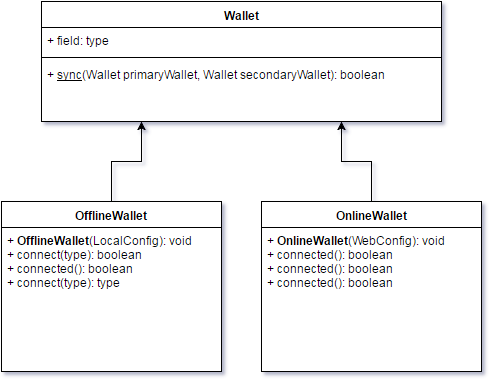
Earlier version of the draw.io export vabudget-uml-scheme.png (adrypunctro/vabudget). Source tidied: cells renumbered, new cells last; positions are measured from the earlier drawing's top-left corner, leaving out a move shared by most shapes.
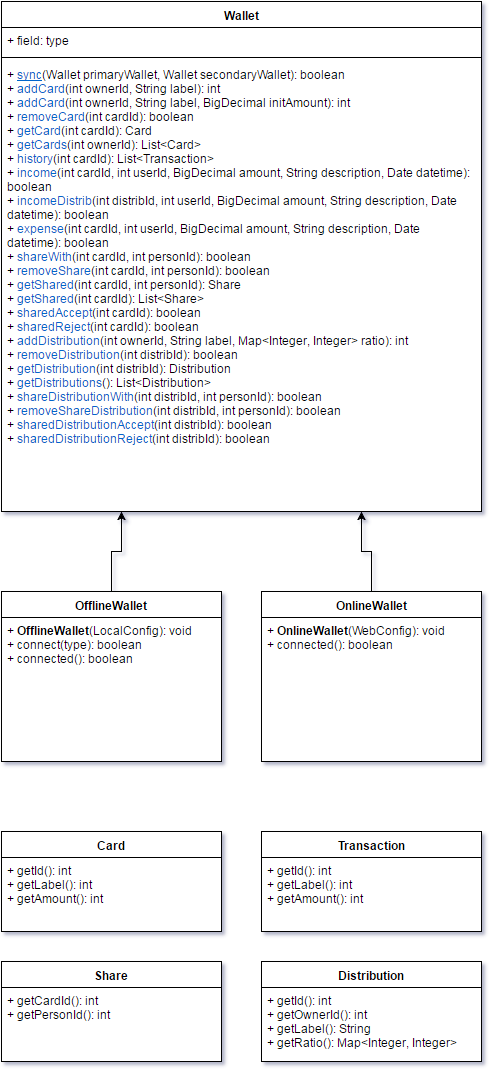
The same diagram one commit later.

Commit message:
Update UML schema

Diff of the diagram source:
```diff
@@ -3,49 +3,85 @@
     <mxCell id="0" />
     <mxCell id="1" parent="0" />
     <mxCell id="2" value="Wallet" style="swimlane;html=1;fontStyle=1;align=center;verticalAlign=top;horizontal=1;startSize=26;swimlaneFillColor=#ffffff;" parent="1" vertex="1">
-      <mxGeometry x="40" width="400" height="120" as="geometry" />
+      <mxGeometry width="480" height="510" as="geometry" />
     </mxCell>
     <mxCell id="3" value="+ field: type" style="text;html=1;strokeColor=none;fillColor=none;align=left;verticalAlign=top;spacingLeft=4;spacingRight=4;whiteSpace=wrap;overflow=hidden;" parent="2" vertex="1">
-      <mxGeometry y="26" width="400" height="26" as="geometry" />
+      <mxGeometry y="26" width="480" height="26" as="geometry" />
     </mxCell>
     <mxCell id="4" style="line;html=1;strokeWidth=1;fillColor=none;align=left;verticalAlign=middle;spacingTop=-1;spacingLeft=3;spacingRight=3;labelPosition=right;" parent="2" vertex="1">
-      <mxGeometry y="52" width="400" height="8" as="geometry" />
+      <mxGeometry y="52" width="480" height="8" as="geometry" />
     </mxCell>
-    <mxCell id="5" value="+ &lt;u&gt;sync&lt;/u&gt;(Wallet primaryWallet, Wallet secondaryWallet): boolean" style="text;html=1;strokeColor=none;fillColor=none;align=left;verticalAlign=top;spacingLeft=4;spacingRight=4;whiteSpace=wrap;overflow=hidden;" parent="2" vertex="1">
-      <mxGeometry y="60" width="400" height="60" as="geometry" />
+    <mxCell id="5" value="+ &lt;u&gt;&lt;font color=&quot;#0066cc&quot;&gt;sync&lt;/font&gt;&lt;/u&gt;(Wallet primaryWallet, Wallet secondaryWallet): boolean&lt;div&gt;+ &lt;font color=&quot;#0066cc&quot;&gt;addCard&lt;/font&gt;(&lt;span&gt;int&lt;/span&gt;&lt;span&gt; ownerId, &lt;/span&gt;&lt;span&gt;String&lt;/span&gt;&lt;span&gt; label&lt;/span&gt;&lt;span&gt;): int&lt;/span&gt;&lt;/div&gt;&lt;div&gt;+ &lt;font color=&quot;#0066cc&quot;&gt;addCard&lt;/font&gt;(int ownerId, String label, BigDecimal initAmount): int&lt;/div&gt;&lt;div&gt;+&amp;nbsp;&lt;font color=&quot;#0066cc&quot;&gt;removeCard&lt;/font&gt;(int cardId): boolean&lt;/div&gt;&lt;div&gt;+&amp;nbsp;&lt;font color=&quot;#0066cc&quot;&gt;getCard&lt;/font&gt;(int cardId): Card&lt;/div&gt;&lt;div&gt;+&amp;nbsp;&lt;font color=&quot;#0066cc&quot;&gt;getCards&lt;/font&gt;(int ownerId): List&amp;lt;Card&amp;gt;&lt;/div&gt;&lt;div&gt;+&amp;nbsp;&lt;font color=&quot;#0066cc&quot;&gt;history&lt;/font&gt;(int cardId): List&amp;lt;Transaction&amp;gt;&lt;/div&gt;&lt;div&gt;+&amp;nbsp;&lt;font color=&quot;#0066cc&quot;&gt;income&lt;/font&gt;(int cardId, int userId, BigDecimal amount, String description, Date datetime): boolean&lt;/div&gt;&lt;div&gt;+&amp;nbsp;&lt;font color=&quot;#0066cc&quot;&gt;incomeDistrib&lt;/font&gt;(int distribId, int userId, BigDecimal amount, String description, Date datetime): boolean&lt;/div&gt;&lt;div&gt;+&amp;nbsp;&lt;font color=&quot;#0066cc&quot;&gt;expense&lt;/font&gt;(int cardId, int userId, BigDecimal amount, String description, Date datetime): boolean&lt;/div&gt;&lt;div&gt;+&amp;nbsp;&lt;font color=&quot;#0066cc&quot;&gt;shareWith&lt;/font&gt;(int cardId, int personId): boolean&lt;/div&gt;&lt;div&gt;+&amp;nbsp;&lt;font color=&quot;#0066cc&quot;&gt;removeShare&lt;/font&gt;(int cardId, int personId): boolean&lt;/div&gt;&lt;div&gt;+&amp;nbsp;&lt;font color=&quot;#0066cc&quot;&gt;getShared&lt;/font&gt;(int cardId, int personId): Share&lt;/div&gt;&lt;div&gt;+&amp;nbsp;&lt;font color=&quot;#0066cc&quot;&gt;getShared&lt;/font&gt;(int cardId): List&amp;lt;Share&amp;gt;&lt;/div&gt;&lt;div&gt;+&amp;nbsp;&lt;font color=&quot;#0066cc&quot;&gt;sharedAccept&lt;/font&gt;(int cardId): boolean&lt;/div&gt;&lt;div&gt;+&amp;nbsp;&lt;font color=&quot;#0066cc&quot;&gt;sharedReject&lt;/font&gt;(int cardId): boolean&lt;/div&gt;&lt;div&gt;+&amp;nbsp;&lt;font color=&quot;#0066cc&quot;&gt;addDistribution&lt;/font&gt;(int ownerId, String label, Map&amp;lt;&lt;span&gt;Integer&lt;/span&gt;, &lt;span&gt;Integer&lt;/span&gt;&amp;gt; ratio): int&lt;/div&gt;&lt;div&gt;+&amp;nbsp;&lt;font color=&quot;#0066cc&quot;&gt;removeDistribution&lt;/font&gt;(int distribId): boolean&lt;/div&gt;&lt;div&gt;+&amp;nbsp;&lt;font color=&quot;#0066cc&quot;&gt;getDistribution&lt;/font&gt;(int distribId): Distribution&lt;/div&gt;&lt;div&gt;+&amp;nbsp;&lt;font color=&quot;#0066cc&quot;&gt;getDistributions&lt;/font&gt;(): List&amp;lt;Distribution&amp;gt;&lt;/div&gt;&lt;div&gt;+&amp;nbsp;&lt;font color=&quot;#0066cc&quot;&gt;shareDistributionWith&lt;/font&gt;(int distribId, int personId): boolean&lt;/div&gt;&lt;div&gt;+&amp;nbsp;&lt;font color=&quot;#0066cc&quot;&gt;removeShareDistribution&lt;/font&gt;(int distribId, int personId): boolean&lt;/div&gt;&lt;div&gt;+&amp;nbsp;&lt;font color=&quot;#0066cc&quot;&gt;sharedDistributionAccept&lt;/font&gt;(int distribId): boolean&lt;/div&gt;&lt;div&gt;+&amp;nbsp;&lt;font color=&quot;#0066cc&quot;&gt;sharedDistributionReject&lt;/font&gt;(int distribId): boolean&lt;/div&gt;" style="text;html=1;strokeColor=none;fillColor=none;align=left;verticalAlign=top;spacingLeft=4;spacingRight=4;whiteSpace=wrap;overflow=hidden;" parent="2" vertex="1">
+      <mxGeometry y="60" width="480" height="450" as="geometry" />
     </mxCell>
     <mxCell id="6" value="+ field: type" style="text;html=1;strokeColor=none;fillColor=none;align=left;verticalAlign=top;spacingLeft=4;spacingRight=4;whiteSpace=wrap;overflow=hidden;" parent="1" vertex="1">
-      <mxGeometry x="40" y="26" width="400" height="26" as="geometry" />
+      <mxGeometry y="26" width="480" height="26" as="geometry" />
     </mxCell>
     <mxCell id="7" style="line;html=1;strokeWidth=1;fillColor=none;align=left;verticalAlign=middle;spacingTop=-1;spacingLeft=3;spacingRight=3;labelPosition=right;" parent="1" vertex="1">
-      <mxGeometry x="40" y="52" width="400" height="8" as="geometry" />
+      <mxGeometry y="52" width="480" height="8" as="geometry" />
     </mxCell>
-    <mxCell id="8" value="+ &lt;u&gt;sync&lt;/u&gt;(Wallet primaryWallet, Wallet secondaryWallet): boolean" style="text;html=1;strokeColor=none;fillColor=none;align=left;verticalAlign=top;spacingLeft=4;spacingRight=4;whiteSpace=wrap;overflow=hidden;" parent="1" vertex="1">
-      <mxGeometry x="40" y="60" width="400" height="60" as="geometry" />
+    <mxCell id="8" value="+ &lt;u&gt;&lt;font color=&quot;#0066cc&quot;&gt;sync&lt;/font&gt;&lt;/u&gt;(Wallet primaryWallet, Wallet secondaryWallet): boolean&lt;div&gt;+ &lt;font color=&quot;#0066cc&quot;&gt;addCard&lt;/font&gt;(&lt;span&gt;int&lt;/span&gt;&lt;span&gt; ownerId, &lt;/span&gt;&lt;span&gt;String&lt;/span&gt;&lt;span&gt; label&lt;/span&gt;&lt;span&gt;): int&lt;/span&gt;&lt;/div&gt;&lt;div&gt;+ &lt;font color=&quot;#0066cc&quot;&gt;addCard&lt;/font&gt;(int ownerId, String label, BigDecimal initAmount): int&lt;/div&gt;&lt;div&gt;+&amp;nbsp;&lt;font color=&quot;#0066cc&quot;&gt;removeCard&lt;/font&gt;(int cardId): boolean&lt;/div&gt;&lt;div&gt;+&amp;nbsp;&lt;font color=&quot;#0066cc&quot;&gt;getCard&lt;/font&gt;(int cardId): Card&lt;/div&gt;&lt;div&gt;+&amp;nbsp;&lt;font color=&quot;#0066cc&quot;&gt;getCards&lt;/font&gt;(int ownerId): List&amp;lt;Card&amp;gt;&lt;/div&gt;&lt;div&gt;+&amp;nbsp;&lt;font color=&quot;#0066cc&quot;&gt;history&lt;/font&gt;(int cardId): List&amp;lt;Transaction&amp;gt;&lt;/div&gt;&lt;div&gt;+&amp;nbsp;&lt;font color=&quot;#0066cc&quot;&gt;income&lt;/font&gt;(int cardId, int userId, BigDecimal amount, String description, Date datetime): boolean&lt;/div&gt;&lt;div&gt;+&amp;nbsp;&lt;font color=&quot;#0066cc&quot;&gt;incomeDistrib&lt;/font&gt;(int distribId, int userId, BigDecimal amount, String description, Date datetime): boolean&lt;/div&gt;&lt;div&gt;+&amp;nbsp;&lt;font color=&quot;#0066cc&quot;&gt;expense&lt;/font&gt;(int cardId, int userId, BigDecimal amount, String description, Date datetime): boolean&lt;/div&gt;&lt;div&gt;+&amp;nbsp;&lt;font color=&quot;#0066cc&quot;&gt;shareWith&lt;/font&gt;(int cardId, int personId): boolean&lt;/div&gt;&lt;div&gt;+&amp;nbsp;&lt;font color=&quot;#0066cc&quot;&gt;removeShare&lt;/font&gt;(int cardId, int personId): boolean&lt;/div&gt;&lt;div&gt;+&amp;nbsp;&lt;font color=&quot;#0066cc&quot;&gt;getShared&lt;/font&gt;(int cardId, int personId): Share&lt;/div&gt;&lt;div&gt;+&amp;nbsp;&lt;font color=&quot;#0066cc&quot;&gt;getShared&lt;/font&gt;(int cardId): List&amp;lt;Share&amp;gt;&lt;/div&gt;&lt;div&gt;+&amp;nbsp;&lt;font color=&quot;#0066cc&quot;&gt;sharedAccept&lt;/font&gt;(int cardId): boolean&lt;/div&gt;&lt;div&gt;+&amp;nbsp;&lt;font color=&quot;#0066cc&quot;&gt;sharedReject&lt;/font&gt;(int cardId): boolean&lt;/div&gt;&lt;div&gt;+&amp;nbsp;&lt;font color=&quot;#0066cc&quot;&gt;addDistribution&lt;/font&gt;(int ownerId, String label, Map&amp;lt;&lt;span&gt;Integer&lt;/span&gt;, &lt;span&gt;Integer&lt;/span&gt;&amp;gt; ratio): int&lt;/div&gt;&lt;div&gt;+&amp;nbsp;&lt;font color=&quot;#0066cc&quot;&gt;removeDistribution&lt;/font&gt;(int distribId): boolean&lt;/div&gt;&lt;div&gt;+&amp;nbsp;&lt;font color=&quot;#0066cc&quot;&gt;getDistribution&lt;/font&gt;(int distribId): Distribution&lt;/div&gt;&lt;div&gt;+&amp;nbsp;&lt;font color=&quot;#0066cc&quot;&gt;getDistributions&lt;/font&gt;(): List&amp;lt;Distribution&amp;gt;&lt;/div&gt;&lt;div&gt;+&amp;nbsp;&lt;font color=&quot;#0066cc&quot;&gt;shareDistributionWith&lt;/font&gt;(int distribId, int personId): boolean&lt;/div&gt;&lt;div&gt;+&amp;nbsp;&lt;font color=&quot;#0066cc&quot;&gt;removeShareDistribution&lt;/font&gt;(int distribId, int personId): boolean&lt;/div&gt;&lt;div&gt;+&amp;nbsp;&lt;font color=&quot;#0066cc&quot;&gt;sharedDistributionAccept&lt;/font&gt;(int distribId): boolean&lt;/div&gt;&lt;div&gt;+&amp;nbsp;&lt;font color=&quot;#0066cc&quot;&gt;sharedDistributionReject&lt;/font&gt;(int distribId): boolean&lt;/div&gt;" style="text;html=1;strokeColor=none;fillColor=none;align=left;verticalAlign=top;spacingLeft=4;spacingRight=4;whiteSpace=wrap;overflow=hidden;" parent="1" vertex="1">
+      <mxGeometry y="60" width="480" height="450" as="geometry" />
     </mxCell>
     <mxCell id="9" value="OfflineWallet" style="swimlane;html=1;fontStyle=1;align=center;verticalAlign=top;horizontal=1;startSize=26;swimlaneFillColor=#ffffff;" parent="1" vertex="1">
-      <mxGeometry y="200" width="220" height="170" as="geometry" />
+      <mxGeometry y="590" width="220" height="170" as="geometry" />
     </mxCell>
-    <mxCell id="10" value="+ &lt;b&gt;OfflineWallet&lt;/b&gt;(LocalConfig): void&lt;div&gt;+ connect(type): boolean&lt;br&gt;&lt;/div&gt;&lt;div&gt;+ connected(): boolean&lt;br&gt;&lt;/div&gt;&lt;div&gt;+ connect(type): type&lt;br&gt;&lt;/div&gt;&lt;div&gt;&lt;br&gt;&lt;/div&gt;" style="text;html=1;strokeColor=none;fillColor=none;align=left;verticalAlign=top;spacingLeft=4;spacingRight=4;whiteSpace=wrap;overflow=hidden;" parent="9" vertex="1">
-      <mxGeometry y="26" width="220" height="110" as="geometry" />
+    <mxCell id="10" value="+ &lt;b&gt;OfflineWallet&lt;/b&gt;(LocalConfig): void&lt;div&gt;+ connect(type): boolean&lt;br&gt;&lt;/div&gt;&lt;div&gt;+ connected(): boolean&lt;br&gt;&lt;/div&gt;&lt;div&gt;&lt;br&gt;&lt;/div&gt;&lt;div&gt;&lt;br&gt;&lt;/div&gt;" style="text;html=1;strokeColor=none;fillColor=none;align=left;verticalAlign=top;spacingLeft=4;spacingRight=4;whiteSpace=wrap;overflow=hidden;" parent="9" vertex="1">
+      <mxGeometry y="26" width="220" height="144" as="geometry" />
     </mxCell>
-    <mxCell id="11" value="+ &lt;b&gt;OfflineWallet&lt;/b&gt;(LocalConfig): void&lt;div&gt;+ connect(type): boolean&lt;br&gt;&lt;/div&gt;&lt;div&gt;+ connected(): boolean&lt;br&gt;&lt;/div&gt;&lt;div&gt;+ connect(type): type&lt;br&gt;&lt;/div&gt;&lt;div&gt;&lt;br&gt;&lt;/div&gt;" style="text;html=1;strokeColor=none;fillColor=none;align=left;verticalAlign=top;spacingLeft=4;spacingRight=4;whiteSpace=wrap;overflow=hidden;" parent="1" vertex="1">
-      <mxGeometry y="226" width="220" height="110" as="geometry" />
+    <mxCell id="11" value="+ &lt;b&gt;OfflineWallet&lt;/b&gt;(LocalConfig): void&lt;div&gt;+ connect(type): boolean&lt;br&gt;&lt;/div&gt;&lt;div&gt;+ connected(): boolean&lt;br&gt;&lt;/div&gt;&lt;div&gt;&lt;br&gt;&lt;/div&gt;&lt;div&gt;&lt;br&gt;&lt;/div&gt;" style="text;html=1;strokeColor=none;fillColor=none;align=left;verticalAlign=top;spacingLeft=4;spacingRight=4;whiteSpace=wrap;overflow=hidden;" parent="1" vertex="1">
+      <mxGeometry y="616" width="220" height="144" as="geometry" />
     </mxCell>
     <mxCell id="12" value="OnlineWallet" style="swimlane;html=1;fontStyle=1;align=center;verticalAlign=top;horizontal=1;startSize=26;swimlaneFillColor=#ffffff;" parent="1" vertex="1">
-      <mxGeometry x="260" y="200" width="220" height="170" as="geometry" />
+      <mxGeometry x="260" y="590" width="220" height="170" as="geometry" />
     </mxCell>
-    <mxCell id="13" value="+ &lt;b&gt;OnlineWallet&lt;/b&gt;(WebConfig): void&lt;div&gt;+ connected(): boolean&lt;br&gt;&lt;/div&gt;&lt;div&gt;+ connected(): boolean&lt;br&gt;&lt;/div&gt;&lt;div&gt;+ connected(): boolean&lt;br&gt;&lt;/div&gt;" style="text;html=1;strokeColor=none;fillColor=none;align=left;verticalAlign=top;spacingLeft=4;spacingRight=4;whiteSpace=wrap;overflow=hidden;" parent="12" vertex="1">
-      <mxGeometry y="26" width="220" height="110" as="geometry" />
+    <mxCell id="13" value="+ &lt;b&gt;OnlineWallet&lt;/b&gt;(WebConfig): void&lt;div&gt;+ connected(): boolean&lt;br&gt;&lt;/div&gt;&lt;div&gt;&lt;br&gt;&lt;/div&gt;" style="text;html=1;strokeColor=none;fillColor=none;align=left;verticalAlign=top;spacingLeft=4;spacingRight=4;whiteSpace=wrap;overflow=hidden;" parent="12" vertex="1">
+      <mxGeometry y="26" width="220" height="144" as="geometry" />
     </mxCell>
-    <mxCell id="14" value="+ &lt;b&gt;OnlineWallet&lt;/b&gt;(WebConfig): void&lt;div&gt;+ connected(): boolean&lt;br&gt;&lt;/div&gt;&lt;div&gt;+ connected(): boolean&lt;br&gt;&lt;/div&gt;&lt;div&gt;+ connected(): boolean&lt;br&gt;&lt;/div&gt;" style="text;html=1;strokeColor=none;fillColor=none;align=left;verticalAlign=top;spacingLeft=4;spacingRight=4;whiteSpace=wrap;overflow=hidden;" parent="1" vertex="1">
-      <mxGeometry x="260" y="226" width="220" height="110" as="geometry" />
+    <mxCell id="14" value="+ &lt;b&gt;OnlineWallet&lt;/b&gt;(WebConfig): void&lt;div&gt;+ connected(): boolean&lt;br&gt;&lt;/div&gt;&lt;div&gt;&lt;br&gt;&lt;/div&gt;" style="text;html=1;strokeColor=none;fillColor=none;align=left;verticalAlign=top;spacingLeft=4;spacingRight=4;whiteSpace=wrap;overflow=hidden;" parent="1" vertex="1">
+      <mxGeometry x="260" y="616" width="220" height="144" as="geometry" />
     </mxCell>
     <mxCell id="15" style="edgeStyle=orthogonalEdgeStyle;rounded=0;html=1;exitX=0.5;exitY=0;entryX=0.25;entryY=1;jettySize=auto;" parent="1" edge="1" source="9" target="2">
-      <mxGeometry x="110" y="120" as="geometry" />
+      <mxGeometry x="110" y="510" as="geometry" />
     </mxCell>
     <mxCell id="16" style="edgeStyle=orthogonalEdgeStyle;rounded=0;html=1;exitX=0.5;exitY=0;entryX=0.75;entryY=1;jettySize=auto;" parent="1" edge="1" source="12" target="2">
-      <mxGeometry x="340" y="120" as="geometry" />
+      <mxGeometry x="360" y="510" as="geometry" />
     </mxCell>
+    <mxCell id="17" value="Card" style="swimlane;html=1;fontStyle=1;align=center;verticalAlign=top;horizontal=1;startSize=26;swimlaneFillColor=#ffffff;" parent="1" vertex="1">
+      <mxGeometry y="830" width="220" height="100" as="geometry" />
+    </mxCell>
+    <mxCell id="18" value="&lt;div&gt;+&amp;nbsp;&lt;span&gt;getId(): int&lt;/span&gt;&lt;/div&gt;&lt;div&gt;&lt;span&gt;+&amp;nbsp;&lt;/span&gt;&lt;span&gt;getLabel(): int&lt;/span&gt;&lt;/div&gt;&lt;div&gt;&lt;span&gt;+&amp;nbsp;&lt;/span&gt;&lt;span&gt;getAmount(): int&lt;/span&gt;&lt;/div&gt;" style="text;html=1;strokeColor=none;fillColor=none;align=left;verticalAlign=top;spacingLeft=4;spacingRight=4;whiteSpace=wrap;overflow=hidden;" parent="17" vertex="1">
+      <mxGeometry y="26" width="220" height="74" as="geometry" />
+    </mxCell>
+    <mxCell id="19" value="&lt;div&gt;+&amp;nbsp;&lt;span&gt;getId(): int&lt;/span&gt;&lt;/div&gt;&lt;div&gt;&lt;span&gt;+&amp;nbsp;&lt;/span&gt;&lt;span&gt;getLabel(): int&lt;/span&gt;&lt;/div&gt;&lt;div&gt;&lt;span&gt;+&amp;nbsp;&lt;/span&gt;&lt;span&gt;getAmount(): int&lt;/span&gt;&lt;/div&gt;" style="text;html=1;strokeColor=none;fillColor=none;align=left;verticalAlign=top;spacingLeft=4;spacingRight=4;whiteSpace=wrap;overflow=hidden;" parent="1" vertex="1">
+      <mxGeometry y="856" width="220" height="74" as="geometry" />
+    </mxCell>
+    <mxCell id="20" value="Distribution" style="swimlane;html=1;fontStyle=1;align=center;verticalAlign=top;horizontal=1;startSize=26;swimlaneFillColor=#ffffff;" parent="1" vertex="1">
+      <mxGeometry x="260" y="960" width="220" height="100" as="geometry" />
+    </mxCell>
+    <mxCell id="21" value="&lt;div&gt;+&amp;nbsp;&lt;span&gt;getId(): int&lt;/span&gt;&lt;/div&gt;&lt;div&gt;&lt;span&gt;+&amp;nbsp;&lt;/span&gt;&lt;span&gt;getOwnerId()&lt;/span&gt;&lt;span&gt;: int&lt;/span&gt;&lt;br&gt;&lt;/div&gt;&lt;div&gt;&lt;span&gt;+&amp;nbsp;&lt;/span&gt;&lt;span&gt;getLabel(): String&lt;/span&gt;&lt;/div&gt;&lt;div&gt;&lt;span&gt;+&amp;nbsp;&lt;/span&gt;&lt;span&gt;getRatio()&lt;/span&gt;&lt;span&gt;:&amp;nbsp;&lt;/span&gt;&lt;span&gt;Map&amp;lt;&lt;/span&gt;&lt;span&gt;Integer&lt;/span&gt;&lt;span&gt;, &lt;/span&gt;&lt;span&gt;Integer&lt;/span&gt;&lt;span&gt;&amp;gt;&lt;/span&gt;&lt;br&gt;&lt;/div&gt;" style="text;html=1;strokeColor=none;fillColor=none;align=left;verticalAlign=top;spacingLeft=4;spacingRight=4;whiteSpace=wrap;overflow=hidden;" parent="20" vertex="1">
+      <mxGeometry y="26" width="220" height="74" as="geometry" />
+    </mxCell>
+    <mxCell id="22" value="&lt;div&gt;+&amp;nbsp;&lt;span&gt;getId(): int&lt;/span&gt;&lt;/div&gt;&lt;div&gt;&lt;span&gt;+&amp;nbsp;&lt;/span&gt;&lt;span&gt;getOwnerId()&lt;/span&gt;&lt;span&gt;: int&lt;/span&gt;&lt;br&gt;&lt;/div&gt;&lt;div&gt;&lt;span&gt;+&amp;nbsp;&lt;/span&gt;&lt;span&gt;getLabel(): String&lt;/span&gt;&lt;/div&gt;&lt;div&gt;&lt;span&gt;+&amp;nbsp;&lt;/span&gt;&lt;span&gt;getRatio()&lt;/span&gt;&lt;span&gt;:&amp;nbsp;&lt;/span&gt;&lt;span&gt;Map&amp;lt;&lt;/span&gt;&lt;span&gt;Integer&lt;/span&gt;&lt;span&gt;, &lt;/span&gt;&lt;span&gt;Integer&lt;/span&gt;&lt;span&gt;&amp;gt;&lt;/span&gt;&lt;br&gt;&lt;/div&gt;" style="text;html=1;strokeColor=none;fillColor=none;align=left;verticalAlign=top;spacingLeft=4;spacingRight=4;whiteSpace=wrap;overflow=hidden;" parent="1" vertex="1">
+      <mxGeometry x="260" y="986" width="220" height="74" as="geometry" />
+    </mxCell>
+    <mxCell id="23" value="Share" style="swimlane;html=1;fontStyle=1;align=center;verticalAlign=top;horizontal=1;startSize=26;swimlaneFillColor=#ffffff;" parent="1" vertex="1">
+      <mxGeometry y="960" width="220" height="100" as="geometry" />
+    </mxCell>
+    <mxCell id="24" value="&lt;div&gt;+&amp;nbsp;&lt;span&gt;getCardId&lt;/span&gt;&lt;span&gt;(): int&lt;/span&gt;&lt;br&gt;&lt;/div&gt;&lt;div&gt;&lt;span&gt;+&amp;nbsp;&lt;/span&gt;&lt;span&gt;getPersonId&lt;/span&gt;&lt;span&gt;(): int&lt;/span&gt;&lt;/div&gt;" style="text;html=1;strokeColor=none;fillColor=none;align=left;verticalAlign=top;spacingLeft=4;spacingRight=4;whiteSpace=wrap;overflow=hidden;" parent="23" vertex="1">
+      <mxGeometry y="26" width="220" height="74" as="geometry" />
+    </mxCell>
+    <mxCell id="25" value="&lt;div&gt;+&amp;nbsp;&lt;span&gt;getCardId&lt;/span&gt;&lt;span&gt;(): int&lt;/span&gt;&lt;br&gt;&lt;/div&gt;&lt;div&gt;&lt;span&gt;+&amp;nbsp;&lt;/span&gt;&lt;span&gt;getPersonId&lt;/span&gt;&lt;span&gt;(): int&lt;/span&gt;&lt;/div&gt;" style="text;html=1;strokeColor=none;fillColor=none;align=left;verticalAlign=top;spacingLeft=4;spacingRight=4;whiteSpace=wrap;overflow=hidden;" parent="1" vertex="1">
+      <mxGeometry y="986" width="220" height="74" as="geometry" />
+    </mxCell>
+    <mxCell id="26" value="Transaction" style="swimlane;html=1;fontStyle=1;align=center;verticalAlign=top;horizontal=1;startSize=26;swimlaneFillColor=#ffffff;" parent="1" vertex="1">
+      <mxGeometry x="260" y="830" width="220" height="100" as="geometry" />
+    </mxCell>
+    <mxCell id="27" value="&lt;div&gt;+&amp;nbsp;&lt;span&gt;getId(): int&lt;/span&gt;&lt;/div&gt;&lt;div&gt;&lt;span&gt;+&amp;nbsp;&lt;/span&gt;&lt;span&gt;getLabel(): int&lt;/span&gt;&lt;/div&gt;&lt;div&gt;&lt;span&gt;+&amp;nbsp;&lt;/span&gt;&lt;span&gt;getAmount(): int&lt;/span&gt;&lt;/div&gt;" style="text;html=1;strokeColor=none;fillColor=none;align=left;verticalAlign=top;spacingLeft=4;spacingRight=4;whiteSpace=wrap;overflow=hidden;" parent="26" vertex="1">
+      <mxGeometry y="26" width="220" height="74" as="geometry" />
+    </mxCell>
+    <mxCell id="28" value="&lt;div&gt;+&amp;nbsp;&lt;span&gt;getId(): int&lt;/span&gt;&lt;/div&gt;&lt;div&gt;&lt;span&gt;+&amp;nbsp;&lt;/span&gt;&lt;span&gt;getLabel(): int&lt;/span&gt;&lt;/div&gt;&lt;div&gt;&lt;span&gt;+&amp;nbsp;&lt;/span&gt;&lt;span&gt;getAmount(): int&lt;/span&gt;&lt;/div&gt;" style="text;html=1;strokeColor=none;fillColor=none;align=left;verticalAlign=top;spacingLeft=4;spacingRight=4;whiteSpace=wrap;overflow=hidden;" parent="1" vertex="1">
+      <mxGeometry x="260" y="856" width="220" height="74" as="geometry" />
+    </mxCell>
   </root>
 </mxGraphModel>
```
